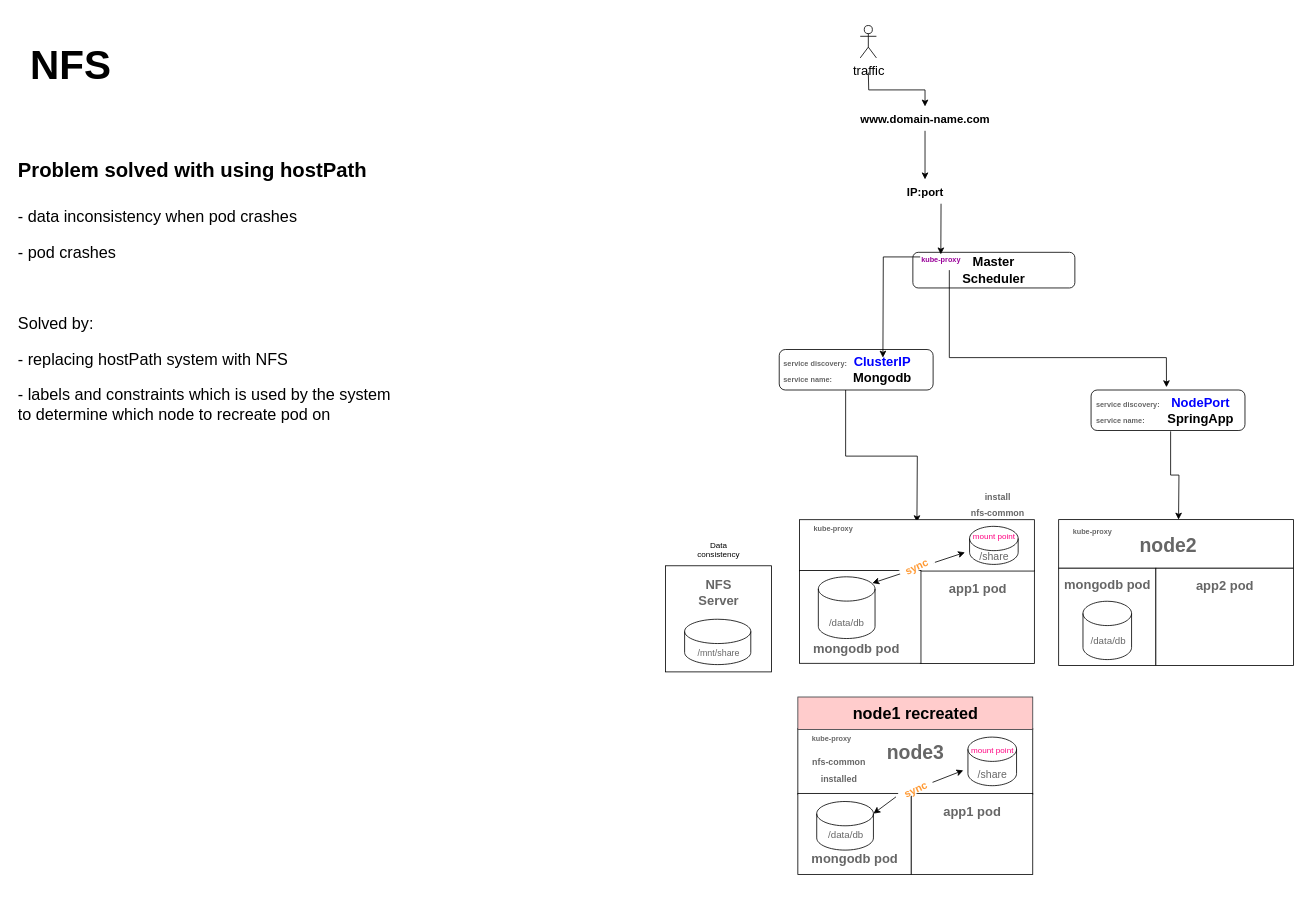
This is k8-architecture.drawio from mzteepowell/kubernetes-architecture, a draw.io file, before an edit. Source tidied: cells renumbered, new cells numbered last; positions are measured from the earlier drawing's top-left corner, leaving out a move shared by most shapes. Both pictures are drawn from the tidied source at 81%, with x=0, y=0 at pixel (14, 22).
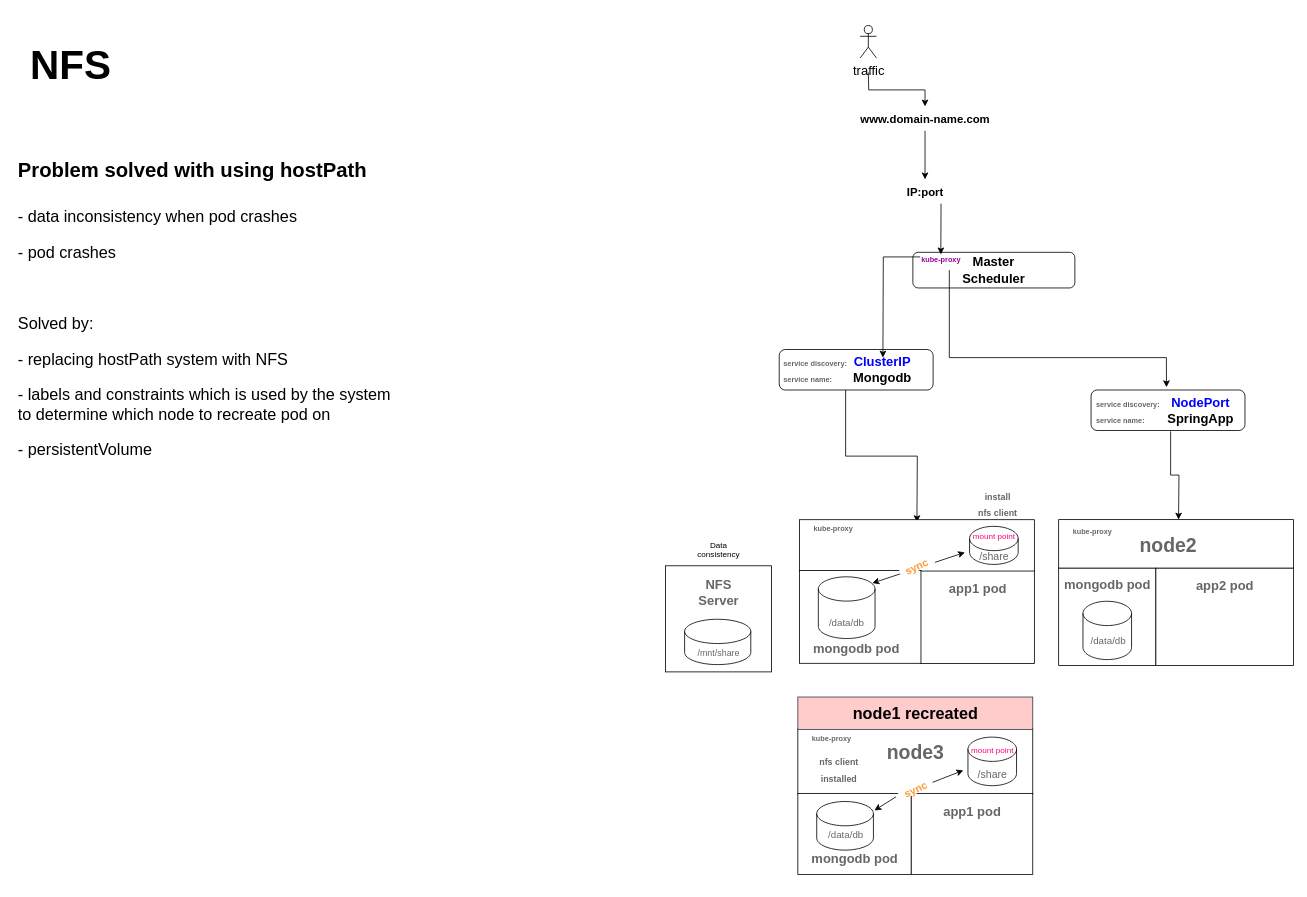
The same diagram, later.

Unchanged cells that the change refers to:
```xml
<mxCell id="44" style="group;" parent="43" vertex="1">
  <mxGeometry y="20" width="290" height="161" as="geometry" />
</mxCell>
<mxCell id="49" style="shape=cylinder3;whiteSpace=wrap;html=1;boundedLbl=1;backgroundOutline=1;size=15;fontSize=9;fontColor=#666666;" parent="48" vertex="1">
  <mxGeometry width="70" height="60" as="geometry" />
</mxCell>
<mxCell id="62" value="&lt;font color=&quot;#ff9933&quot;&gt;sync&lt;/font&gt;" style="text;html=1;strokeColor=none;fillColor=default;align=center;verticalAlign=middle;whiteSpace=wrap;rounded=0;fontSize=13;fontColor=#666666;rotation=-25;fontStyle=1;" parent="44" vertex="1">
  <mxGeometry x="123.5" y="39" width="44" height="11" as="geometry" />
</mxCell>
```

The edit, as a diff of the source:
```diff
@@
-    <mxCell id="63" style="endArrow=none;startArrow=classic;html=1;rounded=0;fontSize=13;fontColor=#666666;entryX=-0.096;entryY=0.369;entryDx=0;entryDy=0;entryPerimeter=0;exitX=1;exitY=0;exitDx=0;exitDy=15;exitPerimeter=0;" parent="44" edge="1" source="49" target="62">
-      <mxGeometry relative="1" as="geometry" />
+    <mxCell id="63" style="endArrow=none;startArrow=classic;html=1;rounded=0;fontSize=13;fontColor=#666666;entryX=-0.096;entryY=0.369;entryDx=0;entryDy=0;entryPerimeter=0;" parent="44" edge="1" target="62">
+      <mxGeometry relative="1" as="geometry">
+        <mxPoint x="94.5" y="71" as="sourcePoint" />
+      </mxGeometry>
     </mxCell>
-    <mxCell id="64" value="&lt;b&gt;&lt;font style=&quot;font-size: 11px&quot;&gt;nfs-common&lt;br&gt;&lt;/font&gt;&lt;/b&gt;&lt;b&gt;&lt;font style=&quot;font-size: 11px&quot;&gt;installed&lt;br&gt;&lt;/font&gt;&lt;/b&gt;" style="text;html=1;strokeColor=none;fillColor=none;align=center;verticalAlign=middle;whiteSpace=wrap;rounded=0;fontSize=16;fontColor=#666666;shadow=0;" parent="44" vertex="1">
+    <mxCell id="64" value="&lt;b&gt;&lt;font style=&quot;font-size: 11px&quot;&gt;nfs client&lt;br&gt;&lt;/font&gt;&lt;/b&gt;&lt;b&gt;&lt;font style=&quot;font-size: 11px&quot;&gt;installed&lt;br&gt;&lt;/font&gt;&lt;/b&gt;" style="text;html=1;strokeColor=none;fillColor=none;align=center;verticalAlign=middle;whiteSpace=wrap;rounded=0;fontSize=16;fontColor=#666666;shadow=0;" parent="44" vertex="1">
       <mxGeometry x="9" width="83" height="40" as="geometry" />
     </mxCell>
@@
-    <mxCell id="67" value="&lt;b&gt;&lt;font style=&quot;font-size: 11px&quot;&gt;install&lt;br&gt;nfs-common&lt;/font&gt;&lt;/b&gt;" style="text;html=1;strokeColor=none;fillColor=none;align=center;verticalAlign=middle;whiteSpace=wrap;rounded=0;fontSize=16;fontColor=#666666;shadow=0;" parent="1" vertex="1">
+    <mxCell id="67" value="&lt;b&gt;&lt;font style=&quot;font-size: 11px&quot;&gt;install&lt;br&gt;nfs client&lt;/font&gt;&lt;/b&gt;" style="text;html=1;strokeColor=none;fillColor=none;align=center;verticalAlign=middle;whiteSpace=wrap;rounded=0;fontSize=16;fontColor=#666666;shadow=0;" parent="1" vertex="1">
       <mxGeometry x="1172.5" y="574" width="83" height="40" as="geometry" />
     </mxCell>
@@
-    <mxCell id="95" value="&lt;h1&gt;&lt;font style=&quot;font-size: 25px&quot;&gt;Problem solved with using hostPath&lt;/font&gt;&lt;/h1&gt;&lt;p&gt;- data inconsistency when pod crashes&lt;/p&gt;&lt;p&gt;- pod crashes&lt;/p&gt;&lt;p&gt;&lt;br&gt;&lt;/p&gt;&lt;p&gt;Solved by:&lt;/p&gt;&lt;p&gt;- replacing hostPath system with NFS&lt;/p&gt;&lt;p&gt;- labels and constraints which is used by the system to determine which node to recreate pod on&amp;nbsp;&lt;/p&gt;&lt;p&gt;&lt;br&gt;&lt;/p&gt;" style="text;html=1;strokeColor=none;fillColor=default;spacing=5;spacingTop=-20;whiteSpace=wrap;overflow=hidden;rounded=0;shadow=0;labelBackgroundColor=none;fontSize=20;fontColor=#000000;" parent="1" vertex="1">
-      <mxGeometry y="136" width="471" height="392" as="geometry" />
+    <mxCell id="95" value="&lt;h1&gt;&lt;font style=&quot;font-size: 25px&quot;&gt;Problem solved with using hostPath&lt;/font&gt;&lt;/h1&gt;&lt;p&gt;- data inconsistency when pod crashes&lt;/p&gt;&lt;p&gt;- pod crashes&lt;/p&gt;&lt;p&gt;&lt;br&gt;&lt;/p&gt;&lt;p&gt;Solved by:&lt;/p&gt;&lt;p&gt;- replacing hostPath system with NFS&lt;/p&gt;&lt;p&gt;- labels and constraints which is used by the system to determine which node to recreate pod on&amp;nbsp;&lt;/p&gt;&lt;p&gt;- persistentVolume&lt;/p&gt;" style="text;html=1;strokeColor=none;fillColor=default;spacing=5;spacingTop=-20;whiteSpace=wrap;overflow=hidden;rounded=0;shadow=0;labelBackgroundColor=none;fontSize=20;fontColor=#000000;" parent="1" vertex="1">
+      <mxGeometry y="136" width="471" height="439" as="geometry" />
     </mxCell>
```
